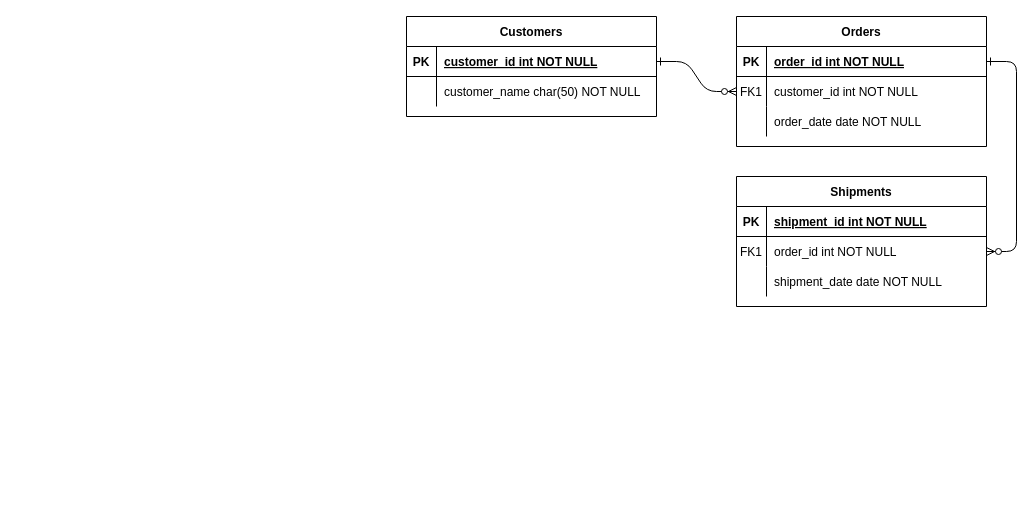
Before: Untitled Diagram.drawio in Saravasha/Lexicon_Project_Webshop_G10_G2, a draw.io diagram. Source tidied: cells renumbered, new cells numbered last; positions are measured from the earlier drawing's top-left corner, leaving out a move shared by most shapes. Both pictures are drawn from the tidied source at 100%, with x=0, y=0 at pixel (406, 16).
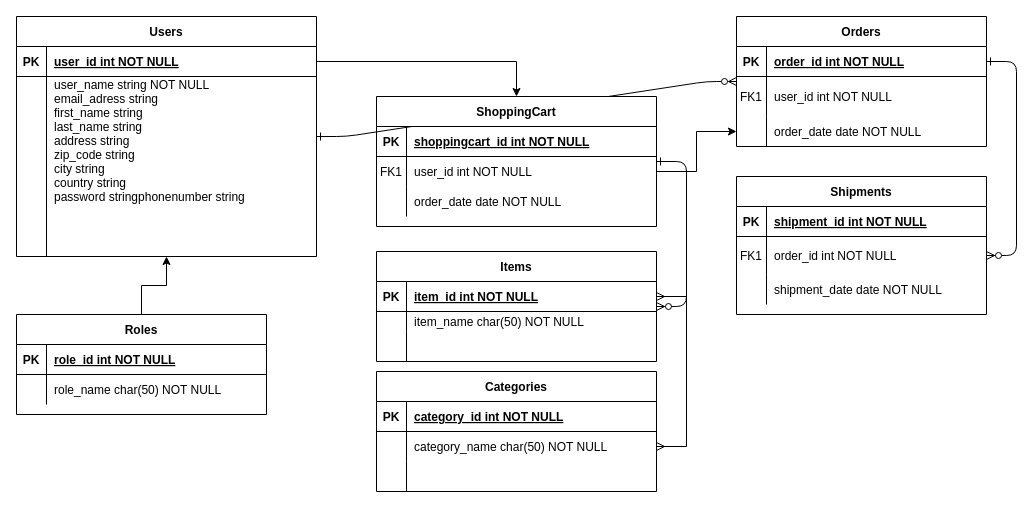
Above is the later version.

The change refers to these unchanged cells:
```xml
<mxCell id="4" value="Orders" style="shape=table;startSize=30;childLayout=tableLayout;rowLines=0;fontStyle=1;align=center;" parent="1" vertex="1">
  <mxGeometry x="330" width="250" height="130" as="geometry" />
</mxCell>
```

The edit, as a diff of the source:
```diff
@@
-    <mxCell id="2" style="edgeStyle=entityRelationEdgeStyle;endArrow=ERzeroToMany;startArrow=ERone;endFill=1;startFill=0;" parent="1" edge="1" source="25" target="8">
+    <mxCell id="2" style="edgeStyle=entityRelationEdgeStyle;endArrow=ERzeroToMany;startArrow=ERone;endFill=1;startFill=0;" parent="1" edge="1" source="24" target="4">
       <mxGeometry relative="1" as="geometry" />
     </mxCell>
@@
     <mxCell id="8" style="shape=partialRectangle;fillColor=none;points=[[0,0.5],[1,0.5]];portConstraint=eastwest;top=0;left=0;right=0;bottom=0;" parent="4" vertex="1">
-      <mxGeometry y="60" width="250" height="30" as="geometry" />
+      <mxGeometry y="60" width="250" height="40" as="geometry" />
     </mxCell>
     <mxCell id="9" value="FK1" style="shape=partialRectangle;overflow=hidden;fillColor=none;top=0;left=0;bottom=0;right=0;" parent="8" vertex="1">
-      <mxGeometry width="30" height="30" as="geometry" />
+      <mxGeometry width="30" height="40" as="geometry" />
     </mxCell>
-    <mxCell id="10" value="customer_id int NOT NULL" style="shape=partialRectangle;overflow=hidden;fillColor=none;top=0;left=0;bottom=0;right=0;align=left;spacingLeft=6;" parent="8" vertex="1">
-      <mxGeometry x="30" width="220" height="30" as="geometry" />
+    <mxCell id="10" value="user_id int NOT NULL" style="shape=partialRectangle;overflow=hidden;fillColor=none;top=0;left=0;bottom=0;right=0;align=left;spacingLeft=6;" parent="8" vertex="1">
+      <mxGeometry x="30" width="220" height="40" as="geometry" />
     </mxCell>
     <mxCell id="11" style="shape=partialRectangle;fillColor=none;points=[[0,0.5],[1,0.5]];portConstraint=eastwest;top=0;left=0;right=0;bottom=0;" parent="4" vertex="1">
-      <mxGeometry y="90" width="250" height="30" as="geometry" />
+      <mxGeometry y="100" width="250" height="30" as="geometry" />
     </mxCell>
@@
     <mxCell id="14" value="Shipments" style="shape=table;startSize=30;childLayout=tableLayout;rowLines=0;fontStyle=1;align=center;" parent="1" vertex="1">
-      <mxGeometry x="330" y="160" width="250" height="130" as="geometry" />
+      <mxGeometry x="330" y="160" width="250" height="138" as="geometry" />
     </mxCell>
@@
     <mxCell id="18" style="shape=partialRectangle;fillColor=none;points=[[0,0.5],[1,0.5]];portConstraint=eastwest;top=0;left=0;right=0;bottom=0;" parent="14" vertex="1">
-      <mxGeometry y="60" width="250" height="30" as="geometry" />
+      <mxGeometry y="60" width="250" height="38" as="geometry" />
     </mxCell>
     <mxCell id="19" value="FK1" style="shape=partialRectangle;overflow=hidden;fillColor=none;top=0;left=0;bottom=0;right=0;" parent="18" vertex="1">
-      <mxGeometry width="30" height="30" as="geometry" />
+      <mxGeometry width="30" height="38" as="geometry" />
     </mxCell>
     <mxCell id="20" value="order_id int NOT NULL" style="shape=partialRectangle;overflow=hidden;fillColor=none;top=0;left=0;bottom=0;right=0;align=left;spacingLeft=6;" parent="18" vertex="1">
-      <mxGeometry x="30" width="220" height="30" as="geometry" />
+      <mxGeometry x="30" width="220" height="38" as="geometry" />
     </mxCell>
     <mxCell id="21" style="shape=partialRectangle;fillColor=none;top=0;left=0;right=0;bottom=0;" parent="14" vertex="1">
-      <mxGeometry y="90" width="250" height="30" as="geometry" />
+      <mxGeometry y="98" width="250" height="30" as="geometry" />
     </mxCell>
@@
-    <mxCell id="24" value="Customers" style="shape=table;startSize=30;childLayout=tableLayout;rowLines=0;fontStyle=1;align=center;" parent="1" vertex="1">
-      <mxGeometry width="250" height="100" as="geometry" />
+    <mxCell id="24" value="Users" style="shape=table;startSize=30;childLayout=tableLayout;rowLines=0;fontStyle=1;align=center;" parent="1" vertex="1">
+      <mxGeometry x="-390" width="300" height="240" as="geometry" />
     </mxCell>
     <mxCell id="25" style="shape=partialRectangle;fillColor=none;points=[[0,0.5],[1,0.5]];portConstraint=eastwest;top=0;left=0;right=0;bottom=1;" parent="24" vertex="1">
-      <mxGeometry y="30" width="250" height="30" as="geometry" />
+      <mxGeometry y="30" width="300" height="30" as="geometry" />
     </mxCell>
@@
-    <mxCell id="27" value="customer_id int NOT NULL " style="shape=partialRectangle;overflow=hidden;fillColor=none;top=0;left=0;bottom=0;right=0;align=left;spacingLeft=6;fontStyle=5;" parent="25" vertex="1">
-      <mxGeometry x="30" width="220" height="30" as="geometry" />
+    <mxCell id="27" value="user_id int NOT NULL " style="shape=partialRectangle;overflow=hidden;fillColor=none;top=0;left=0;bottom=0;right=0;align=left;spacingLeft=6;fontStyle=5;" parent="25" vertex="1">
+      <mxGeometry x="30" width="270" height="30" as="geometry" />
     </mxCell>
     <mxCell id="28" style="shape=partialRectangle;fillColor=none;top=0;left=0;right=0;bottom=0;" parent="24" vertex="1">
-      <mxGeometry y="60" width="250" height="30" as="geometry" />
+      <mxGeometry y="60" width="300" height="180" as="geometry" />
     </mxCell>
     <mxCell id="29" style="shape=partialRectangle;overflow=hidden;fillColor=none;top=0;left=0;bottom=0;right=0;" parent="28" vertex="1">
-      <mxGeometry width="30" height="30" as="geometry" />
+      <mxGeometry width="30" height="180" as="geometry" />
     </mxCell>
-    <mxCell id="30" value="customer_name char(50) NOT NULL" style="shape=partialRectangle;overflow=hidden;fillColor=none;top=0;left=0;bottom=0;right=0;align=left;spacingLeft=6;" parent="28" vertex="1">
-      <mxGeometry x="30" width="220" height="30" as="geometry" />
+    <mxCell id="30" value="user_name string NOT NULL&#10;email_adress string&#10;first_name string&#10;last_name string&#10;address string&#10;zip_code string&#10;city string&#10;country string&#10;password stringphonenumber string&#10;&#10;&#10;&#10;&#10;" style="shape=partialRectangle;overflow=hidden;fillColor=none;top=0;left=0;bottom=0;right=0;align=left;spacingLeft=6;" parent="28" vertex="1">
+      <mxGeometry x="30" width="270" height="180" as="geometry" />
     </mxCell>
+    <mxCell id="31" style="edgeStyle=orthogonalEdgeStyle;rounded=0;jettySize=auto;html=1;entryX=0.5;entryY=1;entryDx=0;entryDy=0;" parent="1" edge="1" source="32" target="24">
+      <mxGeometry relative="1" as="geometry" />
+    </mxCell>
+    <mxCell id="32" value="Roles" style="shape=table;startSize=30;childLayout=tableLayout;rowLines=0;fontStyle=1;align=center;" parent="1" vertex="1">
+      <mxGeometry x="-390" y="298" width="250" height="100" as="geometry" />
+    </mxCell>
+    <mxCell id="33" style="shape=partialRectangle;fillColor=none;top=0;left=0;right=0;bottom=1;" parent="32" vertex="1">
+      <mxGeometry y="30" width="250" height="30" as="geometry" />
+    </mxCell>
+    <mxCell id="34" value="PK" style="shape=partialRectangle;overflow=hidden;fillColor=none;top=0;left=0;bottom=0;right=0;fontStyle=1;" parent="33" vertex="1">
+      <mxGeometry width="30" height="30" as="geometry" />
+    </mxCell>
+    <mxCell id="35" value="role_id int NOT NULL " style="shape=partialRectangle;overflow=hidden;fillColor=none;top=0;left=0;bottom=0;right=0;align=left;spacingLeft=6;fontStyle=5;" parent="33" vertex="1">
+      <mxGeometry x="30" width="220" height="30" as="geometry" />
+    </mxCell>
+    <mxCell id="36" style="shape=partialRectangle;fillColor=none;top=0;left=0;right=0;bottom=0;" parent="32" vertex="1">
+      <mxGeometry y="60" width="250" height="30" as="geometry" />
+    </mxCell>
+    <mxCell id="37" style="shape=partialRectangle;overflow=hidden;fillColor=none;top=0;left=0;bottom=0;right=0;" parent="36" vertex="1">
+      <mxGeometry width="30" height="30" as="geometry" />
+    </mxCell>
+    <mxCell id="38" value="role_name char(50) NOT NULL" style="shape=partialRectangle;overflow=hidden;fillColor=none;top=0;left=0;bottom=0;right=0;align=left;spacingLeft=6;" parent="36" vertex="1">
+      <mxGeometry x="30" width="220" height="30" as="geometry" />
+    </mxCell>
+    <mxCell id="39" value="ShoppingCart" style="shape=table;startSize=30;childLayout=tableLayout;rowLines=0;fontStyle=1;align=center;" parent="1" vertex="1">
+      <mxGeometry x="-30" y="80" width="280" height="130" as="geometry" />
+    </mxCell>
+    <mxCell id="40" style="shape=partialRectangle;fillColor=none;top=0;left=0;right=0;bottom=1;" parent="39" vertex="1">
+      <mxGeometry y="30" width="280" height="30" as="geometry" />
+    </mxCell>
+    <mxCell id="41" value="PK" style="shape=partialRectangle;overflow=hidden;fillColor=none;top=0;left=0;bottom=0;right=0;fontStyle=1;" parent="40" vertex="1">
+      <mxGeometry width="30" height="30" as="geometry" />
+    </mxCell>
+    <mxCell id="42" value="shoppingcart_id int NOT NULL " style="shape=partialRectangle;overflow=hidden;fillColor=none;top=0;left=0;bottom=0;right=0;align=left;spacingLeft=6;fontStyle=5;" parent="40" vertex="1">
+      <mxGeometry x="30" width="250" height="30" as="geometry" />
+    </mxCell>
+    <mxCell id="43" style="shape=partialRectangle;fillColor=none;points=[[0,0.5],[1,0.5]];portConstraint=eastwest;top=0;left=0;right=0;bottom=0;" parent="39" vertex="1">
+      <mxGeometry y="60" width="280" height="30" as="geometry" />
+    </mxCell>
+    <mxCell id="44" value="FK1" style="shape=partialRectangle;overflow=hidden;fillColor=none;top=0;left=0;bottom=0;right=0;" parent="43" vertex="1">
+      <mxGeometry width="30" height="30" as="geometry" />
+    </mxCell>
+    <mxCell id="45" value="user_id int NOT NULL" style="shape=partialRectangle;overflow=hidden;fillColor=none;top=0;left=0;bottom=0;right=0;align=left;spacingLeft=6;" parent="43" vertex="1">
+      <mxGeometry x="30" width="250" height="30" as="geometry" />
+    </mxCell>
+    <mxCell id="46" style="shape=partialRectangle;fillColor=none;top=0;left=0;right=0;bottom=0;" parent="39" vertex="1">
+      <mxGeometry y="90" width="280" height="30" as="geometry" />
+    </mxCell>
+    <mxCell id="47" style="shape=partialRectangle;overflow=hidden;fillColor=none;top=0;left=0;bottom=0;right=0;" parent="46" vertex="1">
+      <mxGeometry width="30" height="30" as="geometry" />
+    </mxCell>
+    <mxCell id="48" value="order_date date NOT NULL" style="shape=partialRectangle;overflow=hidden;fillColor=none;top=0;left=0;bottom=0;right=0;align=left;spacingLeft=6;" parent="46" vertex="1">
+      <mxGeometry x="30" width="250" height="30" as="geometry" />
+    </mxCell>
+    <mxCell id="49" value="Items" style="shape=table;startSize=30;childLayout=tableLayout;rowLines=0;fontStyle=1;align=center;" parent="1" vertex="1">
+      <mxGeometry x="-30" y="235" width="280" height="110" as="geometry" />
+    </mxCell>
+    <mxCell id="50" style="shape=partialRectangle;fillColor=none;points=[[0,0.5],[1,0.5]];portConstraint=eastwest;top=0;left=0;right=0;bottom=1;" parent="49" vertex="1">
+      <mxGeometry y="30" width="280" height="30" as="geometry" />
+    </mxCell>
+    <mxCell id="51" value="PK" style="shape=partialRectangle;overflow=hidden;fillColor=none;top=0;left=0;bottom=0;right=0;fontStyle=1;" parent="50" vertex="1">
+      <mxGeometry width="30" height="30" as="geometry" />
+    </mxCell>
+    <mxCell id="52" value="item_id int NOT NULL " style="shape=partialRectangle;overflow=hidden;fillColor=none;top=0;left=0;bottom=0;right=0;align=left;spacingLeft=6;fontStyle=5;" parent="50" vertex="1">
+      <mxGeometry x="30" width="250" height="30" as="geometry" />
+    </mxCell>
+    <mxCell id="53" style="shape=partialRectangle;fillColor=none;top=0;left=0;right=0;bottom=0;" parent="49" vertex="1">
+      <mxGeometry y="60" width="280" height="20" as="geometry" />
+    </mxCell>
+    <mxCell id="54" style="shape=partialRectangle;overflow=hidden;fillColor=none;top=0;left=0;bottom=0;right=0;" parent="53" vertex="1">
+      <mxGeometry width="30" height="20" as="geometry" />
+    </mxCell>
+    <mxCell id="55" value="item_name char(50) NOT NULL" style="shape=partialRectangle;overflow=hidden;fillColor=none;top=0;left=0;bottom=0;right=0;align=left;spacingLeft=6;" parent="53" vertex="1">
+      <mxGeometry x="30" width="250" height="20" as="geometry" />
+    </mxCell>
+    <mxCell id="56" style="shape=partialRectangle;fillColor=none;top=0;left=0;right=0;bottom=0;" parent="49" vertex="1">
+      <mxGeometry y="80" width="280" height="30" as="geometry" />
+    </mxCell>
+    <mxCell id="57" style="shape=partialRectangle;overflow=hidden;fillColor=none;top=0;left=0;bottom=0;right=0;" parent="56" vertex="1">
+      <mxGeometry width="30" height="30" as="geometry" />
+    </mxCell>
+    <mxCell id="58" style="shape=partialRectangle;overflow=hidden;fillColor=none;top=0;left=0;bottom=0;right=0;align=left;spacingLeft=6;" parent="56" vertex="1">
+      <mxGeometry x="30" width="250" height="30" as="geometry" />
+    </mxCell>
+    <mxCell id="59" value="Categories" style="shape=table;startSize=30;childLayout=tableLayout;rowLines=0;fontStyle=1;align=center;" parent="1" vertex="1">
+      <mxGeometry x="-30" y="355" width="280" height="120" as="geometry" />
+    </mxCell>
+    <mxCell id="60" style="shape=partialRectangle;fillColor=none;top=0;left=0;right=0;bottom=1;" parent="59" vertex="1">
+      <mxGeometry y="30" width="280" height="30" as="geometry" />
+    </mxCell>
+    <mxCell id="61" value="PK" style="shape=partialRectangle;overflow=hidden;fillColor=none;top=0;left=0;bottom=0;right=0;fontStyle=1;" parent="60" vertex="1">
+      <mxGeometry width="30" height="30" as="geometry" />
+    </mxCell>
+    <mxCell id="62" value="category_id int NOT NULL " style="shape=partialRectangle;overflow=hidden;fillColor=none;top=0;left=0;bottom=0;right=0;align=left;spacingLeft=6;fontStyle=5;" parent="60" vertex="1">
+      <mxGeometry x="30" width="250" height="30" as="geometry" />
+    </mxCell>
+    <mxCell id="63" style="shape=partialRectangle;fillColor=none;points=[[0,0.5],[1,0.5]];portConstraint=eastwest;top=0;left=0;right=0;bottom=0;" parent="59" vertex="1">
+      <mxGeometry y="60" width="280" height="30" as="geometry" />
+    </mxCell>
+    <mxCell id="64" style="shape=partialRectangle;overflow=hidden;fillColor=none;top=0;left=0;bottom=0;right=0;" parent="63" vertex="1">
+      <mxGeometry width="30" height="30" as="geometry" />
+    </mxCell>
+    <mxCell id="65" value="category_name char(50) NOT NULL" style="shape=partialRectangle;overflow=hidden;fillColor=none;top=0;left=0;bottom=0;right=0;align=left;spacingLeft=6;" parent="63" vertex="1">
+      <mxGeometry x="30" width="250" height="30" as="geometry" />
+    </mxCell>
+    <mxCell id="66" style="shape=partialRectangle;fillColor=none;top=0;left=0;right=0;bottom=0;" parent="59" vertex="1">
+      <mxGeometry y="90" width="280" height="30" as="geometry" />
+    </mxCell>
+    <mxCell id="67" style="shape=partialRectangle;overflow=hidden;fillColor=none;top=0;left=0;bottom=0;right=0;" parent="66" vertex="1">
+      <mxGeometry width="30" height="30" as="geometry" />
+    </mxCell>
+    <mxCell id="68" style="shape=partialRectangle;overflow=hidden;fillColor=none;top=0;left=0;bottom=0;right=0;align=left;spacingLeft=6;" parent="66" vertex="1">
+      <mxGeometry x="30" width="250" height="30" as="geometry" />
+    </mxCell>
+    <mxCell id="69" style="edgeStyle=entityRelationEdgeStyle;fontSize=12;html=1;endArrow=ERmany;startArrow=ERmany;rounded=0;" parent="1" edge="1" source="50" target="63">
+      <mxGeometry relative="1" as="geometry" />
+    </mxCell>
+    <mxCell id="70" style="edgeStyle=orthogonalEdgeStyle;rounded=0;jettySize=auto;html=1;" parent="1" edge="1" source="25" target="39">
+      <mxGeometry relative="1" as="geometry" />
+    </mxCell>
+    <mxCell id="71" style="edgeStyle=entityRelationEdgeStyle;endArrow=ERzeroToMany;startArrow=ERone;endFill=1;startFill=0;" parent="1" edge="1" source="39" target="49">
+      <mxGeometry relative="1" as="geometry" />
+    </mxCell>
+    <mxCell id="72" style="edgeStyle=orthogonalEdgeStyle;rounded=0;jettySize=auto;html=1;" parent="1" edge="1" source="43" target="11">
+      <mxGeometry relative="1" as="geometry" />
+    </mxCell>
```
